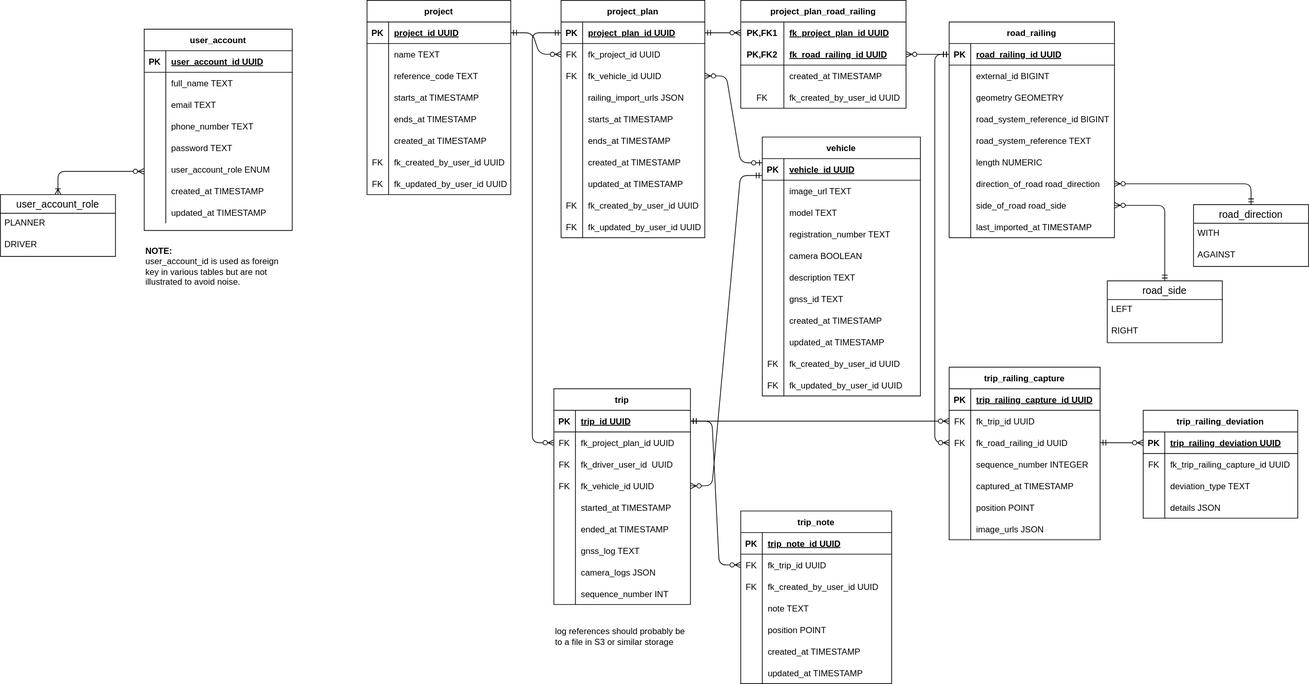
Earlier version of the draw.io export docs/diagrams/erdiagram.drawio.svg (triosnok/isi-planning-tool). Source tidied: cells renumbered, new cells last; positions are measured from the earlier drawing's top-left corner, leaving out a move shared by most shapes.
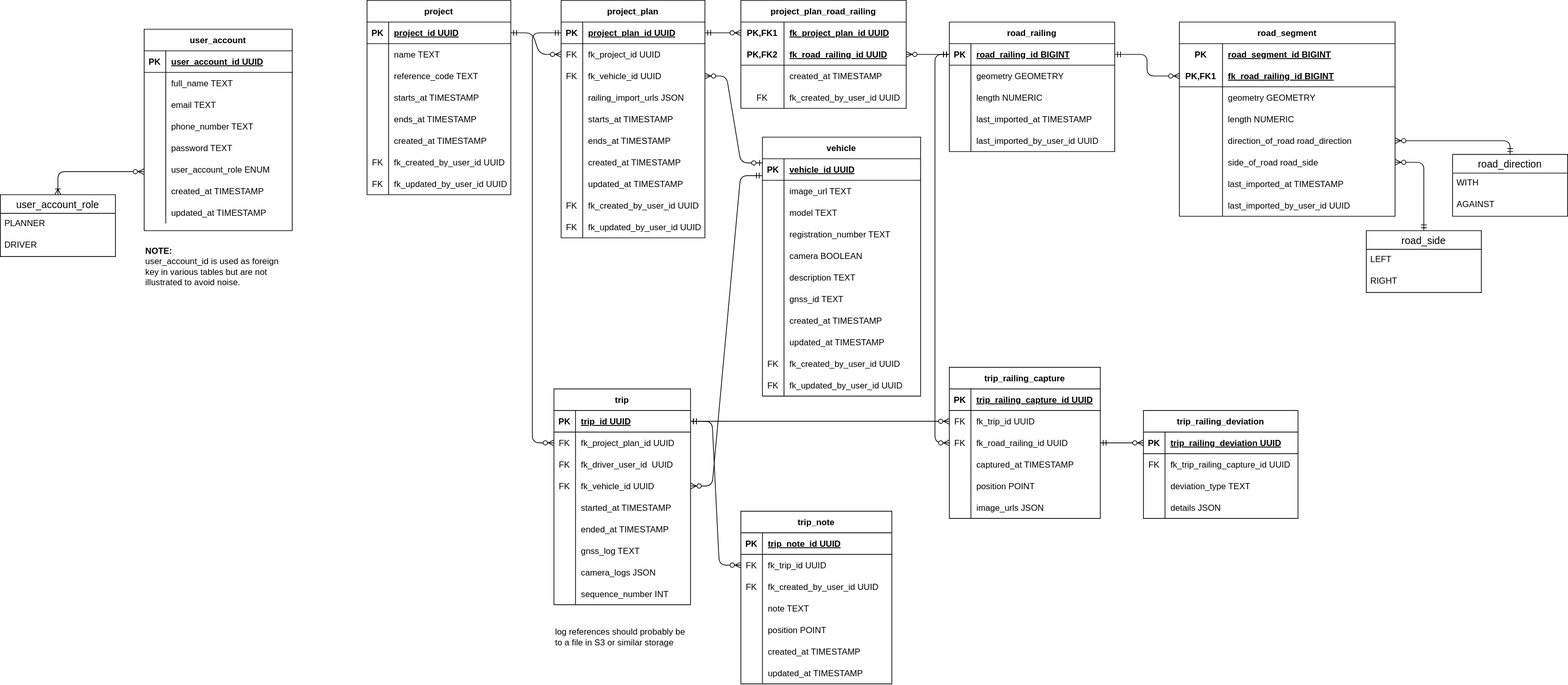
The same diagram one commit later.

Commit message:
docs: update ER diagram to reflect schema

Diff of the diagram source:
```diff
@@ -266,7 +266,7 @@
       <mxGeometry relative="1" as="geometry" />
     </mxCell>
     <mxCell id="88" value="road_railing" style="shape=table;startSize=30;rowLines=0;fontStyle=1;align=center;" parent="1" vertex="1">
-      <mxGeometry x="1320" y="30" width="230" height="300" as="geometry" />
+      <mxGeometry x="1320" y="30" width="230" height="180" as="geometry" />
     </mxCell>
     <mxCell id="89" style="shape=tableRow;horizontal=0;startSize=0;swimlaneHead=0;swimlaneBody=0;fillColor=none;points=[[0,0.5],[1,0.5]];portConstraint=eastwest;top=0;left=0;right=0;bottom=1;" parent="88" vertex="1">
       <mxGeometry y="30" width="230" height="30" as="geometry" />
@@ -274,20 +274,11 @@
     <mxCell id="90" value="PK" style="shape=partialRectangle;fillColor=none;top=0;left=0;bottom=0;right=0;fontStyle=1;overflow=hidden;" parent="89" vertex="1">
       <mxGeometry width="30" height="30" as="geometry" />
     </mxCell>
-    <mxCell id="91" value="road_railing_id UUID" style="shape=partialRectangle;fillColor=none;top=0;left=0;bottom=0;right=0;align=left;spacingLeft=6;fontStyle=5;overflow=hidden;" parent="89" vertex="1">
+    <mxCell id="91" value="road_railing_id BIGINT" style="shape=partialRectangle;fillColor=none;top=0;left=0;bottom=0;right=0;align=left;spacingLeft=6;fontStyle=5;overflow=hidden;" parent="89" vertex="1">
       <mxGeometry x="30" width="200" height="30" as="geometry" />
     </mxCell>
-    <mxCell id="92" style="shape=tableRow;horizontal=0;startSize=0;swimlaneHead=0;swimlaneBody=0;fillColor=none;top=0;left=0;right=0;bottom=0;" parent="88" vertex="1">
-      <mxGeometry y="60" width="230" height="30" as="geometry" />
-    </mxCell>
-    <mxCell id="93" style="shape=partialRectangle;fillColor=none;top=0;left=0;bottom=0;right=0;overflow=hidden;" parent="92" vertex="1">
-      <mxGeometry width="30" height="30" as="geometry" />
-    </mxCell>
-    <mxCell id="94" value="external_id BIGINT" style="shape=partialRectangle;fillColor=none;top=0;left=0;bottom=0;right=0;align=left;spacingLeft=6;overflow=hidden;" parent="92" vertex="1">
-      <mxGeometry x="30" width="200" height="30" as="geometry" />
-    </mxCell>
     <mxCell id="95" style="shape=tableRow;horizontal=0;startSize=0;swimlaneHead=0;swimlaneBody=0;fillColor=none;top=0;left=0;right=0;bottom=0;" parent="88" vertex="1">
-      <mxGeometry y="90" width="230" height="30" as="geometry" />
+      <mxGeometry y="60" width="230" height="30" as="geometry" />
     </mxCell>
     <mxCell id="96" style="shape=partialRectangle;fillColor=none;top=0;left=0;bottom=0;right=0;overflow=hidden;" parent="95" vertex="1">
       <mxGeometry width="30" height="30" as="geometry" />
@@ -295,26 +286,8 @@
     <mxCell id="97" value="geometry GEOMETRY" style="shape=partialRectangle;fillColor=none;top=0;left=0;bottom=0;right=0;align=left;spacingLeft=6;overflow=hidden;" parent="95" vertex="1">
       <mxGeometry x="30" width="200" height="30" as="geometry" />
     </mxCell>
-    <mxCell id="98" style="shape=tableRow;horizontal=0;startSize=0;swimlaneHead=0;swimlaneBody=0;fillColor=none;top=0;left=0;right=0;bottom=0;" parent="88" vertex="1">
-      <mxGeometry y="120" width="230" height="30" as="geometry" />
-    </mxCell>
-    <mxCell id="99" style="shape=partialRectangle;fillColor=none;top=0;left=0;bottom=0;right=0;overflow=hidden;" parent="98" vertex="1">
-      <mxGeometry width="30" height="30" as="geometry" />
-    </mxCell>
-    <mxCell id="100" value="road_system_reference_id BIGINT" style="shape=partialRectangle;fillColor=none;top=0;left=0;bottom=0;right=0;align=left;spacingLeft=6;overflow=hidden;" parent="98" vertex="1">
-      <mxGeometry x="30" width="200" height="30" as="geometry" />
-    </mxCell>
-    <mxCell id="101" style="shape=tableRow;horizontal=0;startSize=0;swimlaneHead=0;swimlaneBody=0;fillColor=none;top=0;left=0;right=0;bottom=0;" parent="88" vertex="1">
-      <mxGeometry y="150" width="230" height="30" as="geometry" />
-    </mxCell>
-    <mxCell id="102" style="shape=partialRectangle;fillColor=none;top=0;left=0;bottom=0;right=0;overflow=hidden;" parent="101" vertex="1">
-      <mxGeometry width="30" height="30" as="geometry" />
-    </mxCell>
-    <mxCell id="103" value="road_system_reference TEXT" style="shape=partialRectangle;fillColor=none;top=0;left=0;bottom=0;right=0;align=left;spacingLeft=6;overflow=hidden;" parent="101" vertex="1">
-      <mxGeometry x="30" width="200" height="30" as="geometry" />
-    </mxCell>
     <mxCell id="104" style="shape=tableRow;horizontal=0;startSize=0;swimlaneHead=0;swimlaneBody=0;fillColor=none;top=0;left=0;right=0;bottom=0;" parent="88" vertex="1">
-      <mxGeometry y="180" width="230" height="30" as="geometry" />
+      <mxGeometry y="90" width="230" height="30" as="geometry" />
     </mxCell>
     <mxCell id="105" style="shape=partialRectangle;fillColor=none;top=0;left=0;bottom=0;right=0;overflow=hidden;" parent="104" vertex="1">
       <mxGeometry width="30" height="30" as="geometry" />
@@ -322,26 +295,8 @@
     <mxCell id="106" value="length NUMERIC" style="shape=partialRectangle;fillColor=none;top=0;left=0;bottom=0;right=0;align=left;spacingLeft=6;overflow=hidden;" parent="104" vertex="1">
       <mxGeometry x="30" width="200" height="30" as="geometry" />
     </mxCell>
-    <mxCell id="107" style="shape=tableRow;horizontal=0;startSize=0;swimlaneHead=0;swimlaneBody=0;fillColor=none;points=[[0,0.5],[1,0.5]];portConstraint=eastwest;top=0;left=0;right=0;bottom=0;" parent="88" vertex="1">
-      <mxGeometry y="210" width="230" height="30" as="geometry" />
-    </mxCell>
-    <mxCell id="108" style="shape=partialRectangle;fillColor=none;top=0;left=0;bottom=0;right=0;overflow=hidden;" parent="107" vertex="1">
-      <mxGeometry width="30" height="30" as="geometry" />
-    </mxCell>
-    <mxCell id="109" value="direction_of_road road_direction" style="shape=partialRectangle;fillColor=none;top=0;left=0;bottom=0;right=0;align=left;spacingLeft=6;overflow=hidden;" parent="107" vertex="1">
-      <mxGeometry x="30" width="200" height="30" as="geometry" />
-    </mxCell>
-    <mxCell id="110" style="shape=tableRow;horizontal=0;startSize=0;swimlaneHead=0;swimlaneBody=0;fillColor=none;points=[[0,0.5],[1,0.5]];portConstraint=eastwest;top=0;left=0;right=0;bottom=0;" parent="88" vertex="1">
-      <mxGeometry y="240" width="230" height="30" as="geometry" />
-    </mxCell>
-    <mxCell id="111" style="shape=partialRectangle;fillColor=none;top=0;left=0;bottom=0;right=0;overflow=hidden;" parent="110" vertex="1">
-      <mxGeometry width="30" height="30" as="geometry" />
-    </mxCell>
-    <mxCell id="112" value="side_of_road road_side" style="shape=partialRectangle;fillColor=none;top=0;left=0;bottom=0;right=0;align=left;spacingLeft=6;overflow=hidden;" parent="110" vertex="1">
-      <mxGeometry x="30" width="200" height="30" as="geometry" />
-    </mxCell>
     <mxCell id="113" style="shape=tableRow;horizontal=0;startSize=0;swimlaneHead=0;swimlaneBody=0;fillColor=none;top=0;left=0;right=0;bottom=0;" parent="88" vertex="1">
-      <mxGeometry y="270" width="230" height="30" as="geometry" />
+      <mxGeometry y="120" width="230" height="30" as="geometry" />
     </mxCell>
     <mxCell id="114" style="shape=partialRectangle;fillColor=none;top=0;left=0;bottom=0;right=0;overflow=hidden;" parent="113" vertex="1">
       <mxGeometry width="30" height="30" as="geometry" />
@@ -349,6 +304,15 @@
     <mxCell id="115" value="last_imported_at TIMESTAMP" style="shape=partialRectangle;fillColor=none;top=0;left=0;bottom=0;right=0;align=left;spacingLeft=6;overflow=hidden;" parent="113" vertex="1">
       <mxGeometry x="30" width="200" height="30" as="geometry" />
     </mxCell>
+    <mxCell id="101" style="shape=tableRow;horizontal=0;startSize=0;swimlaneHead=0;swimlaneBody=0;fillColor=none;top=0;left=0;right=0;bottom=0;" parent="88" vertex="1">
+      <mxGeometry y="150" width="230" height="30" as="geometry" />
+    </mxCell>
+    <mxCell id="267" style="shape=partialRectangle;fillColor=none;top=0;left=0;bottom=0;right=0;overflow=hidden;" parent="101" vertex="1">
+      <mxGeometry width="30" height="30" as="geometry" />
+    </mxCell>
+    <mxCell id="268" value="last_imported_by_user_id UUID" style="shape=partialRectangle;fillColor=none;top=0;left=0;bottom=0;right=0;align=left;spacingLeft=6;overflow=hidden;" parent="101" vertex="1">
+      <mxGeometry x="30" width="200" height="30" as="geometry" />
+    </mxCell>
     <mxCell id="116" value="project_plan_road_railing" style="shape=table;startSize=30;rowLines=0;fontStyle=1;align=center;" parent="1" vertex="1">
       <mxGeometry x="1030" width="230" height="150" as="geometry" />
     </mxCell>
@@ -395,7 +359,7 @@
       <mxGeometry relative="1" as="geometry" />
     </mxCell>
     <mxCell id="131" value="road_direction" style="swimlane;fontStyle=0;horizontal=1;startSize=26;align=center;fontSize=14;" parent="1" vertex="1">
-      <mxGeometry x="1660" y="284" width="160" height="86" as="geometry" />
+      <mxGeometry x="2020" y="214" width="160" height="86" as="geometry" />
     </mxCell>
     <mxCell id="132" value="WITH" style="text;strokeColor=none;fillColor=none;spacingLeft=4;spacingRight=4;overflow=hidden;fontSize=12;" parent="131" vertex="1">
       <mxGeometry y="26" width="160" height="30" as="geometry" />
@@ -404,7 +368,7 @@
       <mxGeometry y="56" width="160" height="30" as="geometry" />
     </mxCell>
     <mxCell id="134" value="road_side" style="swimlane;fontStyle=0;horizontal=1;startSize=26;align=center;fontSize=14;" parent="1" vertex="1">
-      <mxGeometry x="1540" y="390" width="160" height="86" as="geometry" />
+      <mxGeometry x="1900" y="320" width="160" height="86" as="geometry" />
     </mxCell>
     <mxCell id="135" value="LEFT" style="text;strokeColor=none;fillColor=none;spacingLeft=4;spacingRight=4;overflow=hidden;fontSize=12;" parent="134" vertex="1">
       <mxGeometry y="26" width="160" height="30" as="geometry" />
@@ -674,7 +638,7 @@
       <mxGeometry x="30" width="180" height="30" as="geometry" />
     </mxCell>
     <mxCell id="224" value="trip_railing_capture" style="shape=table;startSize=30;rowLines=0;fontStyle=1;align=center;" parent="1" vertex="1">
-      <mxGeometry x="1320" y="510" width="210" height="240" as="geometry" />
+      <mxGeometry x="1320" y="510" width="210" height="210" as="geometry" />
     </mxCell>
     <mxCell id="225" style="shape=tableRow;horizontal=0;startSize=0;swimlaneHead=0;swimlaneBody=0;fillColor=none;top=0;left=0;right=0;bottom=1;" parent="224" vertex="1">
       <mxGeometry y="30" width="210" height="30" as="geometry" />
@@ -703,17 +667,8 @@
     <mxCell id="233" value="fk_road_railing_id UUID" style="shape=partialRectangle;fillColor=none;top=0;left=0;bottom=0;right=0;align=left;spacingLeft=6;fontStyle=0;overflow=hidden;" parent="231" vertex="1">
       <mxGeometry x="30" width="180" height="30" as="geometry" />
     </mxCell>
-    <mxCell id="234" style="shape=tableRow;horizontal=0;startSize=0;swimlaneHead=0;swimlaneBody=0;fillColor=none;top=0;left=0;right=0;bottom=0;" parent="224" vertex="1">
-      <mxGeometry y="120" width="210" height="30" as="geometry" />
-    </mxCell>
-    <mxCell id="235" style="shape=partialRectangle;fillColor=none;top=0;left=0;bottom=0;right=0;overflow=hidden;" parent="234" vertex="1">
-      <mxGeometry width="30" height="30" as="geometry" />
-    </mxCell>
-    <mxCell id="236" value="sequence_number INTEGER" style="shape=partialRectangle;fillColor=none;top=0;left=0;bottom=0;right=0;align=left;spacingLeft=6;overflow=hidden;" parent="234" vertex="1">
-      <mxGeometry x="30" width="180" height="30" as="geometry" />
-    </mxCell>
     <mxCell id="237" style="shape=tableRow;horizontal=0;startSize=0;swimlaneHead=0;swimlaneBody=0;fillColor=none;top=0;left=0;right=0;bottom=0;" parent="224" vertex="1">
-      <mxGeometry y="150" width="210" height="30" as="geometry" />
+      <mxGeometry y="120" width="210" height="30" as="geometry" />
     </mxCell>
     <mxCell id="238" style="shape=partialRectangle;fillColor=none;top=0;left=0;bottom=0;right=0;overflow=hidden;" parent="237" vertex="1">
       <mxGeometry width="30" height="30" as="geometry" />
@@ -722,7 +677,7 @@
       <mxGeometry x="30" width="180" height="30" as="geometry" />
     </mxCell>
     <mxCell id="240" style="shape=tableRow;horizontal=0;startSize=0;swimlaneHead=0;swimlaneBody=0;fillColor=none;top=0;left=0;right=0;bottom=0;" parent="224" vertex="1">
-      <mxGeometry y="180" width="210" height="30" as="geometry" />
+      <mxGeometry y="150" width="210" height="30" as="geometry" />
     </mxCell>
     <mxCell id="241" style="shape=partialRectangle;fillColor=none;top=0;left=0;bottom=0;right=0;overflow=hidden;" parent="240" vertex="1">
       <mxGeometry width="30" height="30" as="geometry" />
@@ -731,7 +686,7 @@
       <mxGeometry x="30" width="180" height="30" as="geometry" />
     </mxCell>
     <mxCell id="243" style="shape=tableRow;horizontal=0;startSize=0;swimlaneHead=0;swimlaneBody=0;fillColor=none;top=0;left=0;right=0;bottom=0;" parent="224" vertex="1">
-      <mxGeometry y="210" width="210" height="30" as="geometry" />
+      <mxGeometry y="180" width="210" height="30" as="geometry" />
     </mxCell>
     <mxCell id="244" style="shape=partialRectangle;fillColor=none;top=0;left=0;bottom=0;right=0;overflow=hidden;" parent="243" vertex="1">
       <mxGeometry width="30" height="30" as="geometry" />
@@ -812,5 +767,83 @@
         </Array>
       </mxGeometry>
     </mxCell>
+    <mxCell id="269" value="road_segment" style="shape=table;startSize=30;rowLines=0;fontStyle=1;align=center;" parent="1" vertex="1">
+      <mxGeometry x="1640" y="30" width="300" height="270" as="geometry" />
+    </mxCell>
+    <mxCell id="270" style="shape=tableRow;horizontal=0;startSize=0;swimlaneHead=0;swimlaneBody=0;fillColor=none;top=0;left=0;right=0;bottom=0;" parent="269" vertex="1">
+      <mxGeometry y="30" width="300" height="30" as="geometry" />
+    </mxCell>
+    <mxCell id="271" value="PK" style="shape=partialRectangle;fillColor=none;top=0;left=0;bottom=0;right=0;fontStyle=1;overflow=hidden;" parent="270" vertex="1">
+      <mxGeometry width="60" height="30" as="geometry" />
+    </mxCell>
+    <mxCell id="272" value="road_segment_id BIGINT" style="shape=partialRectangle;fillColor=none;top=0;left=0;bottom=0;right=0;align=left;spacingLeft=6;fontStyle=5;overflow=hidden;" parent="270" vertex="1">
+      <mxGeometry x="60" width="240" height="30" as="geometry" />
+    </mxCell>
+    <mxCell id="273" style="shape=tableRow;horizontal=0;startSize=0;swimlaneHead=0;swimlaneBody=0;fillColor=none;points=[[0,0.5],[1,0.5]];portConstraint=eastwest;top=0;left=0;right=0;bottom=1;" parent="269" vertex="1">
+      <mxGeometry y="60" width="300" height="30" as="geometry" />
+    </mxCell>
+    <mxCell id="274" value="PK,FK1" style="shape=partialRectangle;fillColor=none;top=0;left=0;bottom=0;right=0;fontStyle=1;overflow=hidden;" parent="273" vertex="1">
+      <mxGeometry width="60" height="30" as="geometry" />
+    </mxCell>
+    <mxCell id="275" value="fk_road_railing_id BIGINT" style="shape=partialRectangle;fillColor=none;top=0;left=0;bottom=0;right=0;align=left;spacingLeft=6;fontStyle=5;overflow=hidden;" parent="273" vertex="1">
+      <mxGeometry x="60" width="240" height="30" as="geometry" />
+    </mxCell>
+    <mxCell id="276" style="shape=tableRow;horizontal=0;startSize=0;swimlaneHead=0;swimlaneBody=0;fillColor=none;top=0;left=0;right=0;bottom=0;" parent="269" vertex="1">
+      <mxGeometry y="90" width="300" height="30" as="geometry" />
+    </mxCell>
+    <mxCell id="277" style="shape=partialRectangle;fillColor=none;top=0;left=0;bottom=0;right=0;overflow=hidden;" parent="276" vertex="1">
+      <mxGeometry width="60" height="30" as="geometry" />
+    </mxCell>
+    <mxCell id="278" value="geometry GEOMETRY" style="shape=partialRectangle;fillColor=none;top=0;left=0;bottom=0;right=0;align=left;spacingLeft=6;overflow=hidden;" parent="276" vertex="1">
+      <mxGeometry x="60" width="240" height="30" as="geometry" />
+    </mxCell>
+    <mxCell id="279" style="shape=tableRow;horizontal=0;startSize=0;swimlaneHead=0;swimlaneBody=0;fillColor=none;top=0;left=0;right=0;bottom=0;" parent="269" vertex="1">
+      <mxGeometry y="120" width="300" height="30" as="geometry" />
+    </mxCell>
+    <mxCell id="280" style="shape=partialRectangle;fillColor=none;top=0;left=0;bottom=0;right=0;overflow=hidden;" parent="279" vertex="1">
+      <mxGeometry width="60" height="30" as="geometry" />
+    </mxCell>
+    <mxCell id="281" value="length NUMERIC" style="shape=partialRectangle;fillColor=none;top=0;left=0;bottom=0;right=0;align=left;spacingLeft=6;overflow=hidden;" parent="279" vertex="1">
+      <mxGeometry x="60" width="240" height="30" as="geometry" />
+    </mxCell>
+    <mxCell id="107" style="shape=tableRow;horizontal=0;startSize=0;swimlaneHead=0;swimlaneBody=0;fillColor=none;points=[[0,0.5],[1,0.5]];portConstraint=eastwest;top=0;left=0;right=0;bottom=0;" parent="269" vertex="1">
+      <mxGeometry y="150" width="300" height="30" as="geometry" />
+    </mxCell>
+    <mxCell id="108" style="shape=partialRectangle;fillColor=none;top=0;left=0;bottom=0;right=0;overflow=hidden;" parent="107" vertex="1">
+      <mxGeometry width="60" height="30" as="geometry" />
+    </mxCell>
+    <mxCell id="109" value="direction_of_road road_direction" style="shape=partialRectangle;fillColor=none;top=0;left=0;bottom=0;right=0;align=left;spacingLeft=6;overflow=hidden;" parent="107" vertex="1">
+      <mxGeometry x="60" width="240" height="30" as="geometry" />
+    </mxCell>
+    <mxCell id="110" style="shape=tableRow;horizontal=0;startSize=0;swimlaneHead=0;swimlaneBody=0;fillColor=none;points=[[0,0.5],[1,0.5]];portConstraint=eastwest;top=0;left=0;right=0;bottom=0;" parent="269" vertex="1">
+      <mxGeometry y="180" width="300" height="30" as="geometry" />
+    </mxCell>
+    <mxCell id="111" style="shape=partialRectangle;fillColor=none;top=0;left=0;bottom=0;right=0;overflow=hidden;" parent="110" vertex="1">
+      <mxGeometry width="60" height="30" as="geometry" />
+    </mxCell>
+    <mxCell id="112" value="side_of_road road_side" style="shape=partialRectangle;fillColor=none;top=0;left=0;bottom=0;right=0;align=left;spacingLeft=6;overflow=hidden;" parent="110" vertex="1">
+      <mxGeometry x="60" width="240" height="30" as="geometry" />
+    </mxCell>
+    <mxCell id="282" style="shape=tableRow;horizontal=0;startSize=0;swimlaneHead=0;swimlaneBody=0;fillColor=none;top=0;left=0;right=0;bottom=0;" parent="269" vertex="1">
+      <mxGeometry y="210" width="300" height="30" as="geometry" />
+    </mxCell>
+    <mxCell id="283" style="shape=partialRectangle;fillColor=none;top=0;left=0;bottom=0;right=0;overflow=hidden;" parent="282" vertex="1">
+      <mxGeometry width="60" height="30" as="geometry" />
+    </mxCell>
+    <mxCell id="284" value="last_imported_at TIMESTAMP" style="shape=partialRectangle;fillColor=none;top=0;left=0;bottom=0;right=0;align=left;spacingLeft=6;overflow=hidden;" parent="282" vertex="1">
+      <mxGeometry x="60" width="240" height="30" as="geometry" />
+    </mxCell>
+    <mxCell id="285" style="shape=tableRow;horizontal=0;startSize=0;swimlaneHead=0;swimlaneBody=0;fillColor=none;top=0;left=0;right=0;bottom=0;" parent="269" vertex="1">
+      <mxGeometry y="240" width="300" height="30" as="geometry" />
+    </mxCell>
+    <mxCell id="286" style="shape=partialRectangle;fillColor=none;top=0;left=0;bottom=0;right=0;overflow=hidden;" parent="285" vertex="1">
+      <mxGeometry width="60" height="30" as="geometry" />
+    </mxCell>
+    <mxCell id="287" value="last_imported_by_user_id UUID" style="shape=partialRectangle;fillColor=none;top=0;left=0;bottom=0;right=0;align=left;spacingLeft=6;overflow=hidden;" parent="285" vertex="1">
+      <mxGeometry x="60" width="240" height="30" as="geometry" />
+    </mxCell>
+    <mxCell id="288" style="edgeStyle=orthogonalEdgeStyle;fontSize=12;html=1;endArrow=ERzeroToMany;startArrow=ERmandOne;entryX=0;entryY=0.5;entryDx=0;entryDy=0;" parent="1" edge="1" source="89" target="273">
+      <mxGeometry relative="1" as="geometry" />
+    </mxCell>
   </root>
 </mxGraphModel>
```
